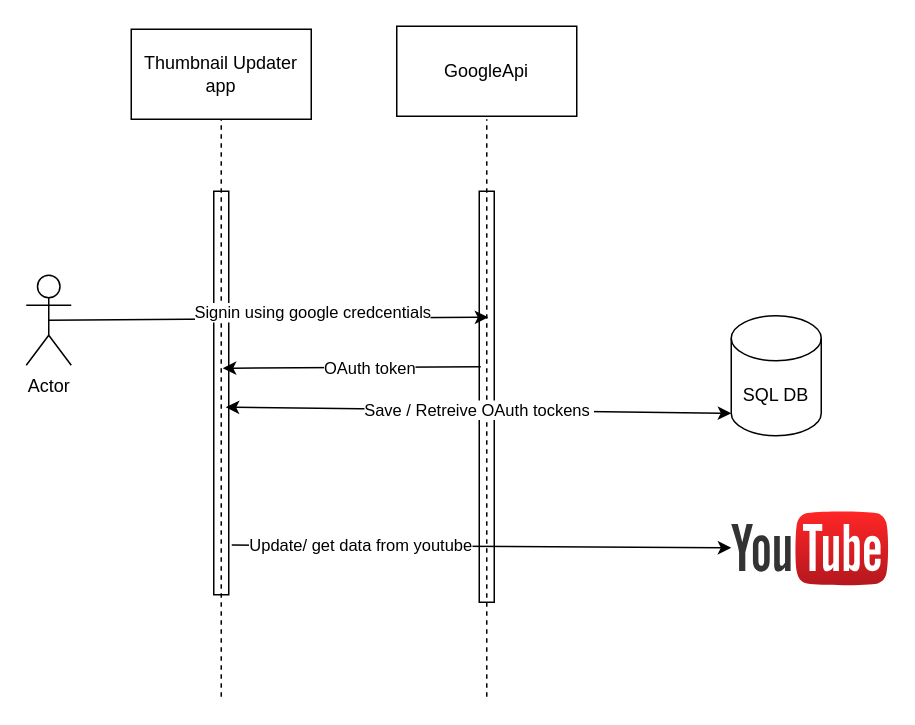
This is .drawio from parth-b/git_test, a draw.io file, before an edit. Source tidied: cells renumbered, new cells numbered last; positions are measured from the earlier drawing's top-left corner, leaving out a move shared by most shapes. Both pictures are drawn from the tidied source at 150%, with x=0, y=0 at pixel (26, 26).
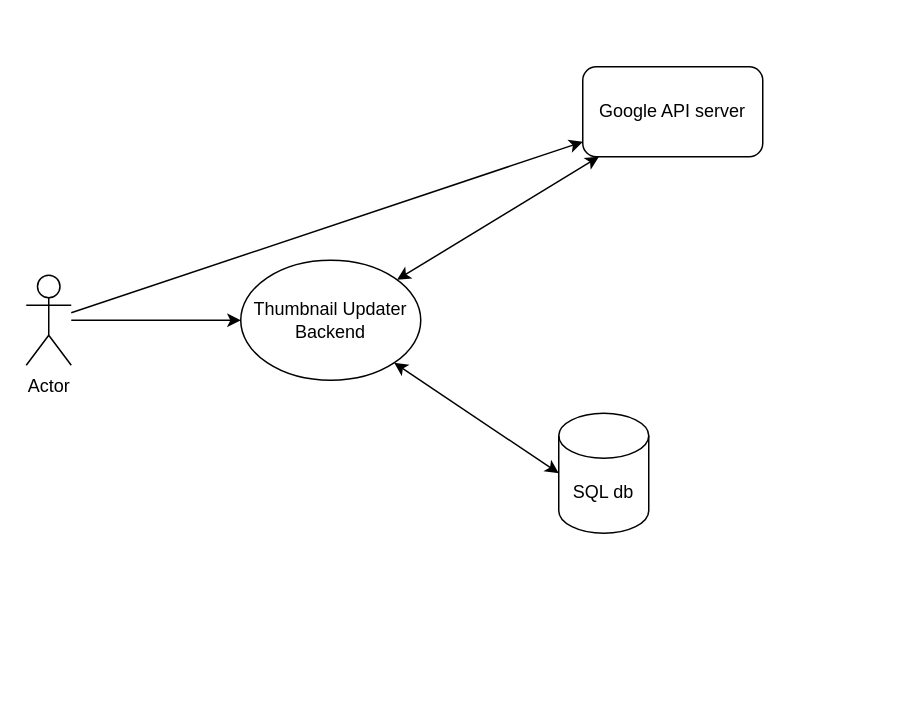
The same diagram, later.

Unchanged cells that the change refers to:
```xml
<mxCell id="2" value="Actor" style="shape=umlActor;verticalLabelPosition=bottom;verticalAlign=top;html=1;outlineConnect=0;" parent="1" vertex="1">
  <mxGeometry y="166" width="30" height="60" as="geometry" />
</mxCell>
```

The edit, as a diff of the source:
```diff
@@
+    <mxCell id="18" value="Thumbnail Updater Backend" style="ellipse;whiteSpace=wrap;html=1;" parent="1" vertex="1">
+      <mxGeometry x="143" y="156" width="120" height="80" as="geometry" />
+    </mxCell>
+    <mxCell id="19" value="Google API server" style="rounded=1;whiteSpace=wrap;html=1;" parent="1" vertex="1">
+      <mxGeometry x="371" y="27" width="120" height="60" as="geometry" />
+    </mxCell>
@@
-    <mxCell id="3" style="points=[];perimeter=orthogonalPerimeter;rounded=0;shadow=0;strokeWidth=1;" parent="1" vertex="1">
-      <mxGeometry x="125" y="110" width="10" height="269" as="geometry" />
-    </mxCell>
-    <mxCell id="4" value="Thumbnail Updater app" style="rounded=0;whiteSpace=wrap;html=1;" parent="1" vertex="1">
-      <mxGeometry x="70" y="2" width="120" height="60" as="geometry" />
-    </mxCell>
-    <mxCell id="5" style="endArrow=none;dashed=1;html=1;rounded=0;entryX=0.5;entryY=1;entryDx=0;entryDy=0;" parent="1" edge="1" target="4">
-      <mxGeometry relative="1" as="geometry">
-        <mxPoint x="130" y="447" as="sourcePoint" />
-        <Array as="points">
-          <mxPoint x="130" y="331" />
-          <mxPoint x="130" y="190" />
-          <mxPoint x="130" y="111" />
-        </Array>
-      </mxGeometry>
-    </mxCell>
-    <mxCell id="6" style="points=[];perimeter=orthogonalPerimeter;rounded=0;shadow=0;strokeWidth=1;" parent="1" vertex="1">
-      <mxGeometry x="302" y="110" width="10" height="274" as="geometry" />
-    </mxCell>
-    <mxCell id="7" style="endArrow=none;dashed=1;html=1;rounded=0;entryX=0.5;entryY=1;entryDx=0;entryDy=0;" parent="1" edge="1">
-      <mxGeometry relative="1" as="geometry">
-        <mxPoint x="307" y="447" as="sourcePoint" />
-        <mxPoint x="307" y="62" as="targetPoint" />
-        <Array as="points">
-          <mxPoint x="307" y="331" />
-          <mxPoint x="307" y="190" />
-          <mxPoint x="307" y="111" />
-        </Array>
-      </mxGeometry>
-    </mxCell>
-    <mxCell id="8" value="GoogleApi" style="rounded=0;whiteSpace=wrap;html=1;" parent="1" vertex="1">
-      <mxGeometry x="247" width="120" height="60" as="geometry" />
-    </mxCell>
-    <mxCell id="9" style="endArrow=classic;html=1;rounded=0;exitX=0.5;exitY=0.5;exitDx=0;exitDy=0;exitPerimeter=0;" parent="1" edge="1" source="2">
-      <mxGeometry relative="1" as="geometry">
-        <mxPoint x="308" y="194" as="targetPoint" />
-      </mxGeometry>
-    </mxCell>
-    <mxCell id="10" value="Signin using google credcentials" style="edgeLabel;html=1;align=center;verticalAlign=middle;" parent="9" vertex="1">
-      <mxGeometry x="0.2" y="4" relative="1" as="geometry" />
-    </mxCell>
-    <mxCell id="11" style="endArrow=classic;html=1;rounded=0;exitX=0.1;exitY=0.427;exitDx=0;exitDy=0;exitPerimeter=0;" parent="1" edge="1" source="6">
-      <mxGeometry relative="1" as="geometry">
-        <mxPoint x="131" y="228" as="targetPoint" />
-      </mxGeometry>
-    </mxCell>
-    <mxCell id="12" value="OAuth token" style="edgeLabel;html=1;align=center;verticalAlign=middle;" parent="11" vertex="1">
-      <mxGeometry x="-0.13" relative="1" as="geometry" />
-    </mxCell>
-    <mxCell id="13" value="SQL DB" style="shape=cylinder3;whiteSpace=wrap;html=1;boundedLbl=1;backgroundOutline=1;size=15;" parent="1" vertex="1">
-      <mxGeometry x="470" y="193" width="60" height="80" as="geometry" />
-    </mxCell>
-    <mxCell id="14" value="Save / Retreive OAuth tockens&amp;nbsp;" style="endArrow=classic;startArrow=classic;html=1;rounded=0;entryX=0;entryY=1;entryDx=0;entryDy=-15;entryPerimeter=0;" parent="1" edge="1" target="13">
-      <mxGeometry relative="1" as="geometry">
-        <mxPoint x="133" y="254" as="sourcePoint" />
-      </mxGeometry>
-    </mxCell>
-    <mxCell id="15" style="dashed=0;outlineConnect=0;html=1;align=center;labelPosition=center;verticalLabelPosition=bottom;verticalAlign=top;shape=mxgraph.weblogos.youtube;fillColor=#FF2626;gradientColor=#B5171F;" parent="1" vertex="1">
-      <mxGeometry x="470" y="323" width="105" height="50" as="geometry" />
-    </mxCell>
-    <mxCell id="16" style="endArrow=classic;html=1;rounded=0;exitX=1.2;exitY=0.877;exitDx=0;exitDy=0;exitPerimeter=0;" parent="1" edge="1" source="3" target="15">
-      <mxGeometry relative="1" as="geometry" />
-    </mxCell>
-    <mxCell id="17" value="Update/ get data from youtube" style="edgeLabel;html=1;align=center;verticalAlign=middle;" parent="16" vertex="1">
-      <mxGeometry x="-0.49" y="1" relative="1" as="geometry" />
-    </mxCell>
+    <mxCell id="20" style="endArrow=classic;html=1;rounded=0;" parent="1" edge="1" source="2" target="19">
+      <mxGeometry relative="1" as="geometry" />
+    </mxCell>
+    <mxCell id="21" style="endArrow=classic;html=1;rounded=0;" parent="1" edge="1" source="2" target="18">
+      <mxGeometry relative="1" as="geometry" />
+    </mxCell>
+    <mxCell id="22" style="endArrow=classic;startArrow=classic;html=1;rounded=0;" parent="1" edge="1" source="18" target="19">
+      <mxGeometry relative="1" as="geometry" />
+    </mxCell>
+    <mxCell id="23" value="SQL db" style="shape=cylinder3;whiteSpace=wrap;html=1;boundedLbl=1;backgroundOutline=1;size=15;" parent="1" vertex="1">
+      <mxGeometry x="355" y="258" width="60" height="80" as="geometry" />
+    </mxCell>
+    <mxCell id="24" style="endArrow=classic;startArrow=classic;html=1;rounded=0;entryX=0;entryY=0.5;entryDx=0;entryDy=0;entryPerimeter=0;" parent="1" edge="1" source="18" target="23">
+      <mxGeometry relative="1" as="geometry" />
+    </mxCell>
```
